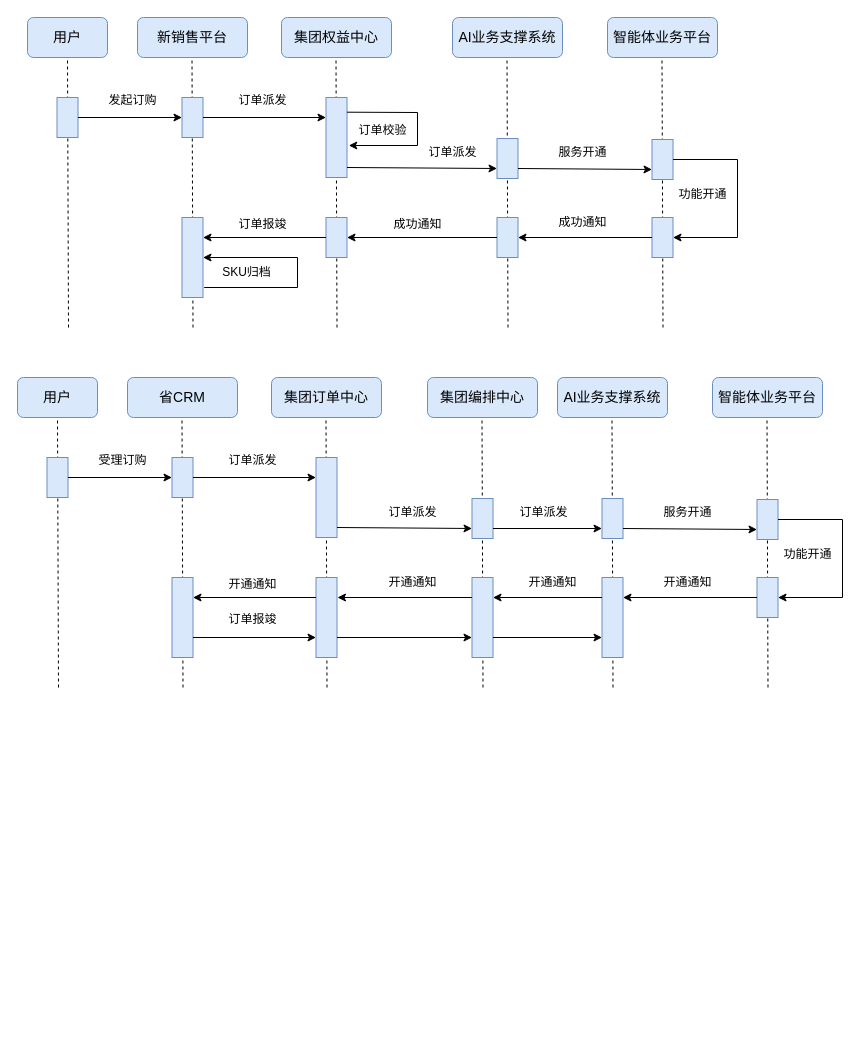
Above: 智能体_新销售.drawio in JQLIANG77/drowio (draw.io), before the change. Source tidied: cells renumbered, new cells numbered last; positions are measured from the earlier drawing's top-left corner, leaving out a move shared by most shapes. Both pictures are drawn from the tidied source at 100%, with x=0, y=0 at pixel (17, 17).
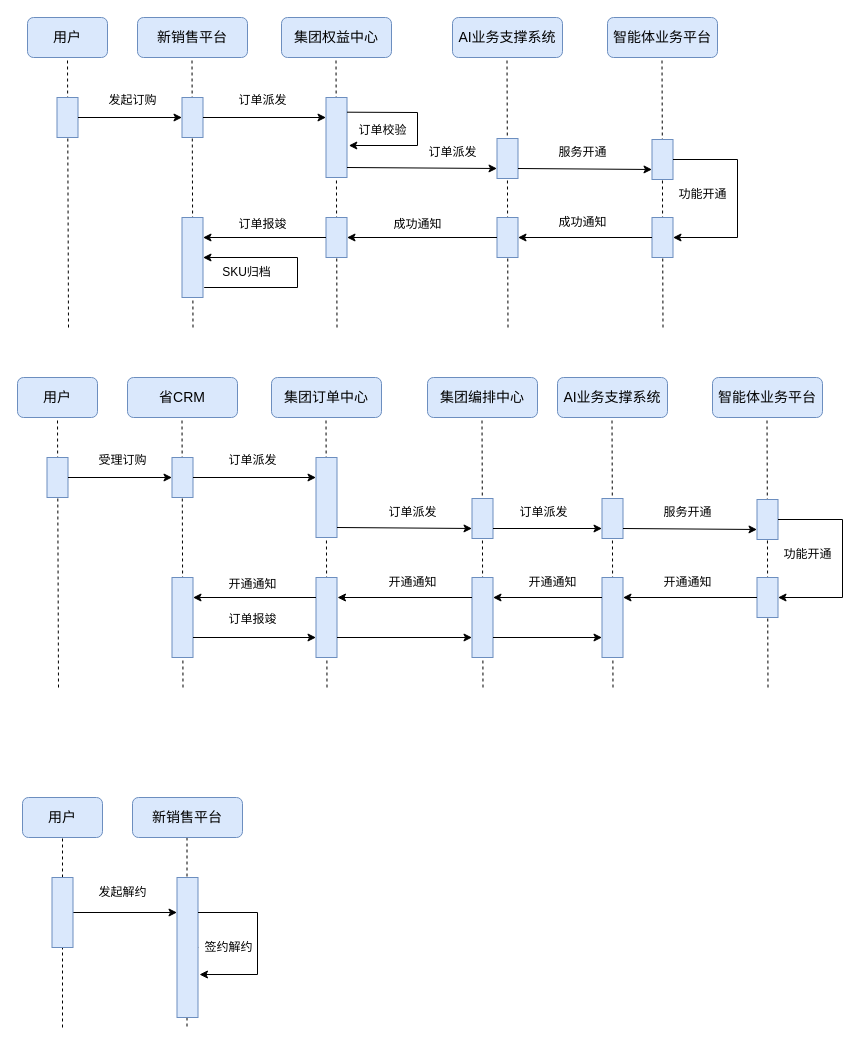
The same diagram, later.

Commit message:
更新智能体_新销售.drawio

The edit, as a diff of the source:
```diff
@@
+    <mxCell id="88" style="endArrow=none;dashed=1;html=1;rounded=0;entryX=0.5;entryY=1;entryDx=0;entryDy=0;" parent="1" edge="1">
+      <mxGeometry relative="1" as="geometry">
+        <mxPoint x="169.5" y="1009" as="sourcePoint" />
+        <mxPoint x="169.5" y="819" as="targetPoint" />
+      </mxGeometry>
+    </mxCell>
+    <mxCell id="89" style="endArrow=none;dashed=1;html=1;rounded=0;entryX=0.5;entryY=1;entryDx=0;entryDy=0;" parent="1" edge="1" target="90">
+      <mxGeometry relative="1" as="geometry">
+        <mxPoint x="45" y="1010" as="sourcePoint" />
+      </mxGeometry>
+    </mxCell>
@@
+    <mxCell id="90" value="&lt;font style=&quot;font-size: 14px;&quot;&gt;用户&lt;/font&gt;" style="rounded=1;whiteSpace=wrap;html=1;fillColor=#dae8fc;strokeColor=#6c8ebf;" parent="1" vertex="1">
+      <mxGeometry x="5" y="780" width="80" height="40" as="geometry" />
+    </mxCell>
+    <mxCell id="91" value="&lt;font style=&quot;font-size: 14px;&quot;&gt;新销售平台&lt;/font&gt;" style="rounded=1;whiteSpace=wrap;html=1;fillColor=#dae8fc;strokeColor=#6c8ebf;" parent="1" vertex="1">
+      <mxGeometry x="115" y="780" width="110" height="40" as="geometry" />
+    </mxCell>
+    <mxCell id="92" style="endArrow=classic;html=1;rounded=0;exitX=1;exitY=0.5;exitDx=0;exitDy=0;" parent="1" edge="1" source="95">
+      <mxGeometry relative="1" as="geometry">
+        <mxPoint x="160" y="887" as="targetPoint" />
+      </mxGeometry>
+    </mxCell>
+    <mxCell id="93" value="发起解约" style="text;html=1;align=center;verticalAlign=middle;strokeColor=none;fillColor=none;" parent="1" vertex="1">
+      <mxGeometry x="70" y="860" width="70" height="30" as="geometry" />
+    </mxCell>
+    <mxCell id="94" style="endArrow=classic;html=1;rounded=0;exitX=1;exitY=0.5;exitDx=0;exitDy=0;entryX=0;entryY=0.25;entryDx=0;entryDy=0;" parent="1" edge="1" source="96" target="95">
+      <mxGeometry relative="1" as="geometry" />
+    </mxCell>
+    <mxCell id="95" style="rounded=0;whiteSpace=wrap;html=1;fillColor=#dae8fc;strokeColor=#6c8ebf;" parent="1" vertex="1">
+      <mxGeometry x="159.5" y="860" width="21" height="140" as="geometry" />
+    </mxCell>
+    <mxCell id="96" style="rounded=0;whiteSpace=wrap;html=1;fillColor=#dae8fc;strokeColor=#6c8ebf;" parent="1" vertex="1">
+      <mxGeometry x="34.5" y="860" width="21" height="70" as="geometry" />
+    </mxCell>
+    <mxCell id="97" style="endArrow=classic;html=1;rounded=0;exitX=1;exitY=0.25;exitDx=0;exitDy=0;entryX=1.071;entryY=0.693;entryDx=0;entryDy=0;entryPerimeter=0;" parent="1" edge="1" source="95" target="95">
+      <mxGeometry relative="1" as="geometry">
+        <Array as="points">
+          <mxPoint x="240" y="895" />
+          <mxPoint x="240" y="957" />
+        </Array>
+      </mxGeometry>
+    </mxCell>
+    <mxCell id="98" value="签约解约" style="text;html=1;align=center;verticalAlign=middle;strokeColor=none;fillColor=none;" parent="1" vertex="1">
+      <mxGeometry x="175.5" y="915" width="70" height="30" as="geometry" />
+    </mxCell>
```
